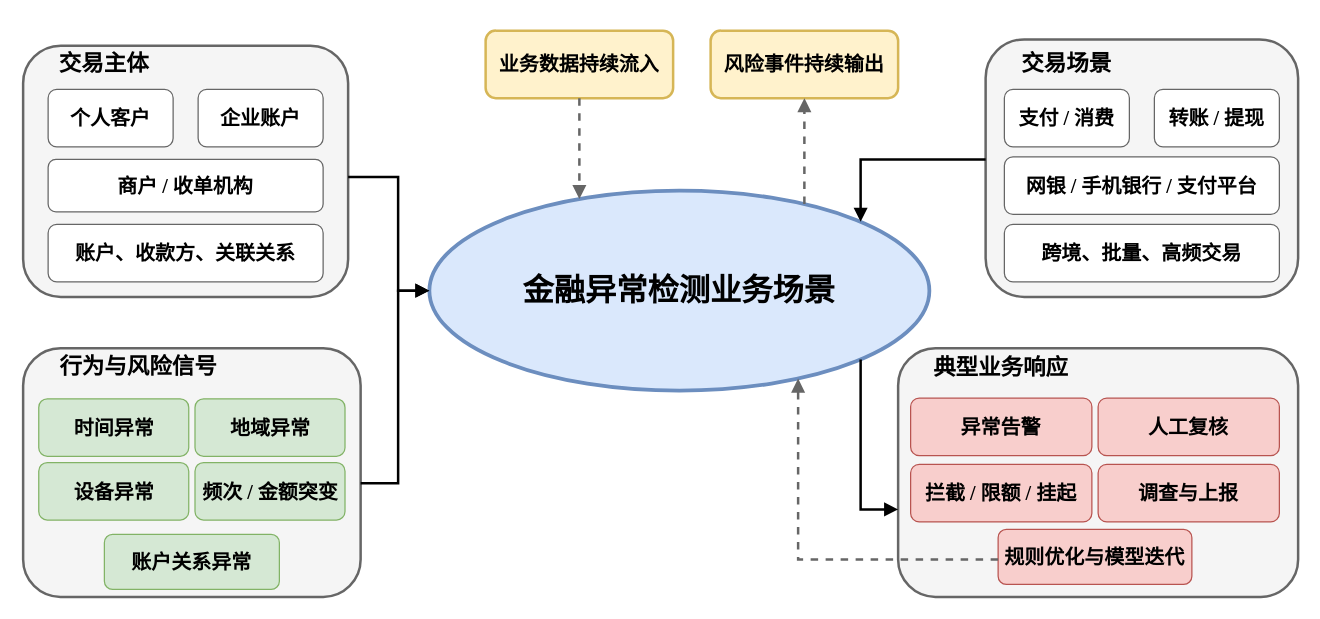
This is figures/fig1_1_financial_anomaly_business_scene.drawio from HuangEven/latex-template, a draw.io file, before an edit. Source tidied: cells renumbered, new cells numbered last; positions are measured from the earlier drawing's top-left corner, leaving out a move shared by most shapes. Both pictures are drawn from the tidied source at 125%, with x=0, y=0 at pixel (22, 30).
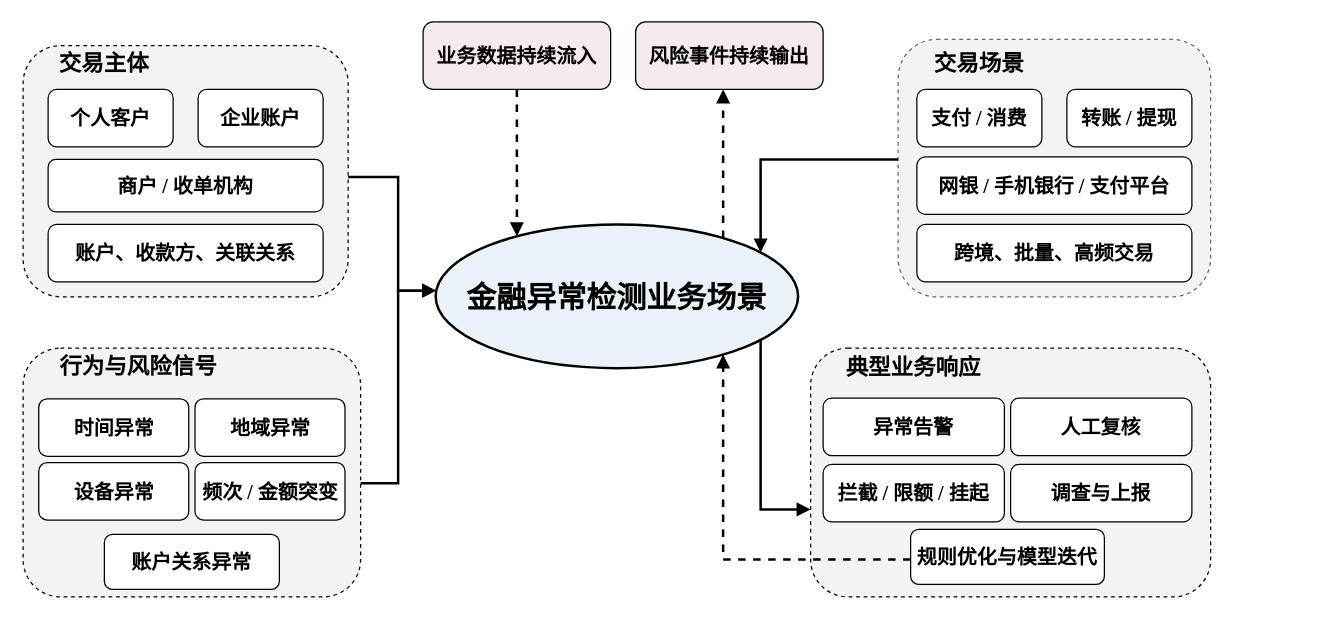
After the change.

Change to the diagram source:
```diff
@@
-    <mxCell id="2" value="金融异常检测业务场景" style="ellipse;whiteSpace=wrap;html=1;fillColor=#dae8fc;strokeColor=#6c8ebf;strokeWidth=3;fontSize=25;fontStyle=1;align=center;verticalAlign=middle;fontFamily=Times New Roman;" parent="1" vertex="1">
-      <mxGeometry x="325" y="128" width="400" height="160" as="geometry" />
+    <mxCell id="2" value="&lt;font style=&quot;font-size: 24px;&quot;&gt;金融异常检测业务场景&lt;/font&gt;" style="ellipse;whiteSpace=wrap;html=1;fillColor=#EAF2F8;strokeColor=#000000;strokeWidth=2;fontSize=25;fontStyle=1;align=center;verticalAlign=middle;fontFamily=Times New Roman;" parent="1" vertex="1">
+      <mxGeometry x="330" y="155" width="290" height="115" as="geometry" />
     </mxCell>
-    <mxCell id="3" style="rounded=1;whiteSpace=wrap;html=1;fillColor=#f5f5f5;strokeColor=#666666;strokeWidth=2;fontSize=17;fontStyle=1;fontFamily=Times New Roman;" parent="1" vertex="1">
+    <mxCell id="3" style="rounded=1;whiteSpace=wrap;html=1;fillColor=#F3F3F3;strokeColor=#000000;strokeWidth=1;fontSize=17;fontStyle=1;fontFamily=Times New Roman;dashed=1;" parent="1" vertex="1">
       <mxGeometry y="12" width="260" height="201" as="geometry" />
     </mxCell>
-    <mxCell id="4" value="个人客户" style="rounded=1;whiteSpace=wrap;html=1;fillColor=#ffffff;strokeColor=#666666;fontSize=16;fontStyle=1;fontFamily=Times New Roman;" parent="1" vertex="1">
+    <mxCell id="4" value="个人客户" style="rounded=1;whiteSpace=wrap;html=1;fontSize=16;fontStyle=1;fontFamily=Times New Roman;" parent="1" vertex="1">
       <mxGeometry x="20" y="47" width="100" height="46" as="geometry" />
     </mxCell>
-    <mxCell id="5" value="企业账户" style="rounded=1;whiteSpace=wrap;html=1;fillColor=#ffffff;strokeColor=#666666;fontSize=16;fontStyle=1;fontFamily=Times New Roman;" parent="1" vertex="1">
+    <mxCell id="5" value="企业账户" style="rounded=1;whiteSpace=wrap;html=1;fontSize=16;fontStyle=1;fontFamily=Times New Roman;" parent="1" vertex="1">
       <mxGeometry x="140" y="47" width="100" height="46" as="geometry" />
     </mxCell>
-    <mxCell id="6" value="商户 / 收单机构" style="rounded=1;whiteSpace=wrap;html=1;fillColor=#ffffff;strokeColor=#666666;fontSize=16;fontStyle=1;fontFamily=Times New Roman;" parent="1" vertex="1">
+    <mxCell id="6" value="商户 / 收单机构" style="rounded=1;whiteSpace=wrap;html=1;fontSize=16;fontStyle=1;fontFamily=Times New Roman;" parent="1" vertex="1">
       <mxGeometry x="20" y="103" width="220" height="42" as="geometry" />
     </mxCell>
-    <mxCell id="7" value="账户、收款方、关联关系" style="rounded=1;whiteSpace=wrap;html=1;fillColor=#ffffff;strokeColor=#666666;fontSize=16;fontStyle=1;fontFamily=Times New Roman;" parent="1" vertex="1">
+    <mxCell id="7" value="账户、收款方、关联关系" style="rounded=1;whiteSpace=wrap;html=1;fontSize=16;fontStyle=1;fontFamily=Times New Roman;" parent="1" vertex="1">
       <mxGeometry x="20" y="155" width="220" height="46" as="geometry" />
     </mxCell>
-    <mxCell id="8" style="rounded=1;whiteSpace=wrap;html=1;fillColor=#f5f5f5;strokeColor=#666666;strokeWidth=2;fontSize=17;fontStyle=1;fontFamily=Times New Roman;" parent="1" vertex="1">
-      <mxGeometry x="770" y="7" width="250" height="206" as="geometry" />
+    <mxCell id="8" style="rounded=1;whiteSpace=wrap;html=1;fillColor=#F3F3F3;strokeColor=#666666;strokeWidth=1;fontSize=17;fontStyle=1;fontFamily=Times New Roman;dashed=1;" parent="1" vertex="1">
+      <mxGeometry x="700" y="7" width="250" height="206" as="geometry" />
     </mxCell>
-    <mxCell id="9" value="支付 / 消费" style="rounded=1;whiteSpace=wrap;html=1;fillColor=#ffffff;strokeColor=#666666;fontSize=16;fontStyle=1;fontFamily=Times New Roman;" parent="1" vertex="1">
-      <mxGeometry x="785" y="47" width="100" height="46" as="geometry" />
+    <mxCell id="9" value="支付 / 消费" style="rounded=1;whiteSpace=wrap;html=1;fillColor=#FFFFFF;strokeColor=#000000;fontSize=16;fontStyle=1;fontFamily=Times New Roman;" parent="1" vertex="1">
+      <mxGeometry x="715" y="47" width="100" height="46" as="geometry" />
     </mxCell>
-    <mxCell id="10" value="转账 / 提现" style="rounded=1;whiteSpace=wrap;html=1;fillColor=#ffffff;strokeColor=#666666;fontSize=16;fontStyle=1;fontFamily=Times New Roman;" parent="1" vertex="1">
-      <mxGeometry x="905" y="47" width="100" height="46" as="geometry" />
+    <mxCell id="10" value="转账 / 提现" style="rounded=1;whiteSpace=wrap;html=1;fillColor=#FFFFFF;strokeColor=#000000;fontSize=16;fontStyle=1;fontFamily=Times New Roman;" parent="1" vertex="1">
+      <mxGeometry x="835" y="47" width="100" height="46" as="geometry" />
     </mxCell>
-    <mxCell id="11" value="网银 / 手机银行 / 支付平台" style="rounded=1;whiteSpace=wrap;html=1;fillColor=#ffffff;strokeColor=#666666;fontSize=16;fontStyle=1;fontFamily=Times New Roman;" parent="1" vertex="1">
-      <mxGeometry x="785" y="101" width="220" height="46" as="geometry" />
+    <mxCell id="11" value="网银 / 手机银行 / 支付平台" style="rounded=1;whiteSpace=wrap;html=1;fontSize=16;fontStyle=1;fontFamily=Times New Roman;" parent="1" vertex="1">
+      <mxGeometry x="715" y="101" width="220" height="46" as="geometry" />
     </mxCell>
-    <mxCell id="12" value="跨境、批量、高频交易" style="rounded=1;whiteSpace=wrap;html=1;fillColor=#ffffff;strokeColor=#666666;fontSize=16;fontStyle=1;fontFamily=Times New Roman;" parent="1" vertex="1">
-      <mxGeometry x="785" y="155" width="220" height="46" as="geometry" />
+    <mxCell id="12" value="跨境、批量、高频交易" style="rounded=1;whiteSpace=wrap;html=1;fontSize=16;fontStyle=1;fontFamily=Times New Roman;" parent="1" vertex="1">
+      <mxGeometry x="715" y="155" width="220" height="46" as="geometry" />
     </mxCell>
-    <mxCell id="13" style="rounded=1;whiteSpace=wrap;html=1;fillColor=#f5f5f5;strokeColor=#666666;strokeWidth=2;fontSize=17;fontStyle=1;fontFamily=Times New Roman;" parent="1" vertex="1">
+    <mxCell id="13" style="rounded=1;whiteSpace=wrap;html=1;fillColor=#F3F3F3;strokeColor=default;strokeWidth=1;fontSize=17;fontStyle=1;fontFamily=Times New Roman;dashed=1;" parent="1" vertex="1">
       <mxGeometry y="254" width="270" height="199" as="geometry" />
     </mxCell>
-    <mxCell id="14" value="时间异常" style="rounded=1;whiteSpace=wrap;html=1;fillColor=#d5e8d4;strokeColor=#82b366;fontSize=16;fontStyle=1;fontFamily=Times New Roman;" parent="1" vertex="1">
+    <mxCell id="14" value="时间异常" style="rounded=1;whiteSpace=wrap;html=1;fillColor=#FFFFFF;strokeColor=#000000;fontSize=16;fontStyle=1;fontFamily=Times New Roman;" parent="1" vertex="1">
       <mxGeometry x="12.5" y="294.5" width="120" height="46" as="geometry" />
     </mxCell>
-    <mxCell id="15" value="地域异常" style="rounded=1;whiteSpace=wrap;html=1;fillColor=#d5e8d4;strokeColor=#82b366;fontSize=16;fontStyle=1;fontFamily=Times New Roman;" parent="1" vertex="1">
+    <mxCell id="15" value="地域异常" style="rounded=1;whiteSpace=wrap;html=1;fillColor=#FFFFFF;strokeColor=#000000;fontSize=16;fontStyle=1;fontFamily=Times New Roman;" parent="1" vertex="1">
       <mxGeometry x="137.5" y="294.5" width="120" height="46" as="geometry" />
     </mxCell>
-    <mxCell id="16" value="设备异常" style="rounded=1;whiteSpace=wrap;html=1;fillColor=#d5e8d4;strokeColor=#82b366;fontSize=16;fontStyle=1;fontFamily=Times New Roman;" parent="1" vertex="1">
+    <mxCell id="16" value="设备异常" style="rounded=1;whiteSpace=wrap;html=1;fontSize=16;fontStyle=1;fontFamily=Times New Roman;" parent="1" vertex="1">
       <mxGeometry x="12.5" y="345.5" width="120" height="46" as="geometry" />
     </mxCell>
-    <mxCell id="17" value="频次 / 金额突变" style="rounded=1;whiteSpace=wrap;html=1;fillColor=#d5e8d4;strokeColor=#82b366;fontSize=16;fontStyle=1;fontFamily=Times New Roman;" parent="1" vertex="1">
+    <mxCell id="17" value="频次 / 金额突变" style="rounded=1;whiteSpace=wrap;html=1;fillColor=#FFFFFF;strokeColor=#000000;fontSize=16;fontStyle=1;fontFamily=Times New Roman;" parent="1" vertex="1">
       <mxGeometry x="137.5" y="345.5" width="120" height="46" as="geometry" />
     </mxCell>
-    <mxCell id="18" value="账户关系异常" style="rounded=1;whiteSpace=wrap;html=1;fillColor=#d5e8d4;strokeColor=#82b366;fontSize=16;fontStyle=1;fontFamily=Times New Roman;" parent="1" vertex="1">
+    <mxCell id="18" value="账户关系异常" style="rounded=1;whiteSpace=wrap;html=1;fontSize=16;fontStyle=1;fontFamily=Times New Roman;" parent="1" vertex="1">
       <mxGeometry x="65" y="403" width="140" height="44" as="geometry" />
     </mxCell>
-    <mxCell id="19" style="rounded=1;whiteSpace=wrap;html=1;fillColor=#f5f5f5;strokeColor=#666666;strokeWidth=2;fontSize=17;fontStyle=1;fontFamily=Times New Roman;" parent="1" vertex="1">
-      <mxGeometry x="700" y="254" width="320" height="199" as="geometry" />
+    <mxCell id="19" style="rounded=1;whiteSpace=wrap;html=1;fillColor=#F3F3F3;strokeColor=#000000;strokeWidth=1;fontSize=17;fontStyle=1;fontFamily=Times New Roman;dashed=1;" parent="1" vertex="1">
+      <mxGeometry x="630" y="254" width="320" height="199" as="geometry" />
     </mxCell>
-    <mxCell id="20" value="异常告警" style="rounded=1;whiteSpace=wrap;html=1;fillColor=#f8cecc;strokeColor=#b85450;fontSize=16;fontStyle=1;fontFamily=Times New Roman;" parent="1" vertex="1">
-      <mxGeometry x="710" y="294" width="145" height="46" as="geometry" />
+    <mxCell id="20" value="异常告警" style="rounded=1;whiteSpace=wrap;html=1;fontSize=16;fontStyle=1;fontFamily=Times New Roman;" parent="1" vertex="1">
+      <mxGeometry x="640" y="294" width="145" height="46" as="geometry" />
     </mxCell>
-    <mxCell id="21" value="人工复核" style="rounded=1;whiteSpace=wrap;html=1;fillColor=#f8cecc;strokeColor=#b85450;fontSize=16;fontStyle=1;fontFamily=Times New Roman;" parent="1" vertex="1">
-      <mxGeometry x="860" y="294" width="145" height="46" as="geometry" />
+    <mxCell id="21" value="人工复核" style="rounded=1;whiteSpace=wrap;html=1;fontSize=16;fontStyle=1;fontFamily=Times New Roman;" parent="1" vertex="1">
+      <mxGeometry x="790" y="294" width="145" height="46" as="geometry" />
     </mxCell>
-    <mxCell id="22" value="拦截 / 限额 / 挂起" style="rounded=1;whiteSpace=wrap;html=1;fillColor=#f8cecc;strokeColor=#b85450;fontSize=16;fontStyle=1;fontFamily=Times New Roman;" parent="1" vertex="1">
-      <mxGeometry x="710" y="347" width="145" height="46" as="geometry" />
+    <mxCell id="22" value="拦截 / 限额 / 挂起" style="rounded=1;whiteSpace=wrap;html=1;fontSize=16;fontStyle=1;fontFamily=Times New Roman;" parent="1" vertex="1">
+      <mxGeometry x="640" y="347" width="145" height="46" as="geometry" />
     </mxCell>
-    <mxCell id="23" value="调查与上报" style="rounded=1;whiteSpace=wrap;html=1;fillColor=#f8cecc;strokeColor=#b85450;fontSize=16;fontStyle=1;fontFamily=Times New Roman;" parent="1" vertex="1">
-      <mxGeometry x="860" y="347" width="145" height="46" as="geometry" />
+    <mxCell id="23" value="调查与上报" style="rounded=1;whiteSpace=wrap;html=1;fontSize=16;fontStyle=1;fontFamily=Times New Roman;" parent="1" vertex="1">
+      <mxGeometry x="790" y="347" width="145" height="46" as="geometry" />
     </mxCell>
-    <mxCell id="24" value="规则优化与模型迭代" style="rounded=1;whiteSpace=wrap;html=1;fillColor=#f8cecc;strokeColor=#b85450;fontSize=16;fontStyle=1;fontFamily=Times New Roman;" parent="1" vertex="1">
-      <mxGeometry x="780" y="399" width="155" height="44" as="geometry" />
+    <mxCell id="24" value="规则优化与模型迭代" style="rounded=1;whiteSpace=wrap;html=1;fillColor=#FFFFFF;strokeColor=#000000;fontSize=16;fontStyle=1;fontFamily=Times New Roman;" parent="1" vertex="1">
+      <mxGeometry x="710" y="399" width="155" height="44" as="geometry" />
     </mxCell>
-    <mxCell id="25" value="业务数据持续流入" style="rounded=1;whiteSpace=wrap;html=1;fillColor=#fff2cc;strokeColor=#d6b656;strokeWidth=2;fontSize=16;fontStyle=1;fontFamily=Times New Roman;" parent="1" vertex="1">
-      <mxGeometry x="370" width="150" height="54" as="geometry" />
+    <mxCell id="25" value="业务数据持续流入" style="rounded=1;whiteSpace=wrap;html=1;fillColor=#F6EAEA;strokeColor=#000000;strokeWidth=1;fontSize=16;fontStyle=1;fontFamily=Times New Roman;" parent="1" vertex="1">
+      <mxGeometry x="320" y="-7" width="150" height="54" as="geometry" />
     </mxCell>
-    <mxCell id="26" value="风险事件持续输出" style="rounded=1;whiteSpace=wrap;html=1;fillColor=#fff2cc;strokeColor=#d6b656;strokeWidth=2;fontSize=16;fontStyle=1;fontFamily=Times New Roman;" parent="1" vertex="1">
-      <mxGeometry x="550" width="150" height="54" as="geometry" />
+    <mxCell id="26" value="风险事件持续输出" style="rounded=1;whiteSpace=wrap;html=1;fillColor=#F6EAEA;strokeColor=#000000;strokeWidth=1;fontSize=16;fontStyle=1;fontFamily=Times New Roman;" parent="1" vertex="1">
+      <mxGeometry x="490" y="-7" width="150" height="54" as="geometry" />
     </mxCell>
@@
     <mxCell id="28" style="edgeStyle=orthogonalEdgeStyle;rounded=0;html=1;strokeWidth=2;endArrow=block;endFill=1;fontFamily=Times New Roman;" parent="1" edge="1" source="8" target="2">
       <mxGeometry relative="1" as="geometry">
         <Array as="points">
-          <mxPoint x="670" y="103" />
+          <mxPoint x="590" y="103" />
         </Array>
       </mxGeometry>
     </mxCell>
@@
     <mxCell id="30" style="edgeStyle=orthogonalEdgeStyle;rounded=0;html=1;strokeWidth=2;endArrow=block;endFill=1;fontFamily=Times New Roman;" parent="1" edge="1" source="2" target="19">
       <mxGeometry relative="1" as="geometry">
         <Array as="points">
-          <mxPoint x="670" y="383" />
+          <mxPoint x="590" y="383" />
         </Array>
       </mxGeometry>
     </mxCell>
-    <mxCell id="31" style="edgeStyle=orthogonalEdgeStyle;rounded=0;html=1;strokeWidth=2;dashed=1;endArrow=block;endFill=1;strokeColor=#666666;fontFamily=Times New Roman;" parent="1" edge="1" source="24" target="2">
+    <mxCell id="31" style="edgeStyle=orthogonalEdgeStyle;rounded=0;html=1;strokeWidth=2;dashed=1;endArrow=block;endFill=1;strokeColor=#000000;fontFamily=Times New Roman;" parent="1" edge="1" source="24" target="2">
       <mxGeometry relative="1" as="geometry">
         <Array as="points">
-          <mxPoint x="620" y="423" />
+          <mxPoint x="560" y="423" />
         </Array>
       </mxGeometry>
     </mxCell>
-    <mxCell id="32" style="edgeStyle=orthogonalEdgeStyle;rounded=0;html=1;strokeWidth=2;dashed=1;endArrow=block;endFill=1;strokeColor=#666666;fontFamily=Times New Roman;" parent="1" edge="1" source="25" target="2">
+    <mxCell id="32" style="edgeStyle=orthogonalEdgeStyle;rounded=0;html=1;strokeWidth=2;dashed=1;endArrow=block;endFill=1;strokeColor=#000000;fontFamily=Times New Roman;" parent="1" edge="1" source="25" target="2">
       <mxGeometry relative="1" as="geometry">
         <Array as="points">
           <mxPoint x="345" y="177" />
         </Array>
       </mxGeometry>
     </mxCell>
-    <mxCell id="33" style="edgeStyle=orthogonalEdgeStyle;rounded=0;html=1;strokeWidth=2;dashed=1;endArrow=block;endFill=1;strokeColor=#666666;fontFamily=Times New Roman;" parent="1" edge="1" source="2" target="26">
+    <mxCell id="33" style="edgeStyle=orthogonalEdgeStyle;rounded=0;html=1;strokeWidth=2;dashed=1;endArrow=block;endFill=1;strokeColor=#000000;fontFamily=Times New Roman;" parent="1" edge="1" source="2" target="26">
       <mxGeometry relative="1" as="geometry">
         <Array as="points">
-          <mxPoint x="625" y="123" />
-          <mxPoint x="625" y="123" />
+          <mxPoint x="560" y="103" />
+          <mxPoint x="560" y="103" />
         </Array>
       </mxGeometry>
     </mxCell>
     <mxCell id="34" value="&lt;span style=&quot;font-size: 18px; font-weight: 700;&quot;&gt;典型业务响应&lt;/span&gt;" style="text;html=1;align=center;verticalAlign=middle;whiteSpace=wrap;rounded=0;fontFamily=Times New Roman;" parent="1" vertex="1">
-      <mxGeometry x="715" y="254.5" width="135" height="30" as="geometry" />
+      <mxGeometry x="645" y="254.5" width="135" height="30" as="geometry" />
     </mxCell>
-    <mxCell id="35" value="&lt;span style=&quot;font-size: 18px; font-weight: 700;&quot;&gt;行为与风险信号&lt;/span&gt;" style="text;html=1;align=center;verticalAlign=middle;whiteSpace=wrap;rounded=0;fontFamily=Times New Roman;" parent="1" vertex="1">
+    <mxCell id="35" value="&lt;span style=&quot;font-size: 18px; font-weight: 700;&quot;&gt;行为与风险信号&lt;/span&gt;" style="text;html=1;align=center;verticalAlign=middle;whiteSpace=wrap;rounded=0;fontFamily=Times New Roman;strokeColor=none;" parent="1" vertex="1">
       <mxGeometry x="15" y="254" width="155" height="30" as="geometry" />
     </mxCell>
-    <mxCell id="36" value="&lt;span style=&quot;font-size: 18px; font-weight: 700;&quot;&gt;交易主体&lt;/span&gt;" style="text;html=1;align=center;verticalAlign=middle;whiteSpace=wrap;rounded=0;fontFamily=Times New Roman;" parent="1" vertex="1">
+    <mxCell id="36" value="&lt;span style=&quot;font-size: 18px; font-weight: 700;&quot;&gt;交易主体&lt;/span&gt;" style="text;html=1;align=center;verticalAlign=middle;whiteSpace=wrap;rounded=0;fontFamily=Times New Roman;strokeColor=none;" parent="1" vertex="1">
       <mxGeometry x="15" y="12" width="100" height="30" as="geometry" />
     </mxCell>
     <mxCell id="37" value="&lt;span style=&quot;font-size: 18px; font-weight: 700;&quot;&gt;交易场景&lt;/span&gt;" style="text;html=1;align=center;verticalAlign=middle;whiteSpace=wrap;rounded=0;fontFamily=Times New Roman;" parent="1" vertex="1">
-      <mxGeometry x="785" y="12" width="100" height="30" as="geometry" />
+      <mxGeometry x="715" y="12" width="100" height="30" as="geometry" />
     </mxCell>
```
